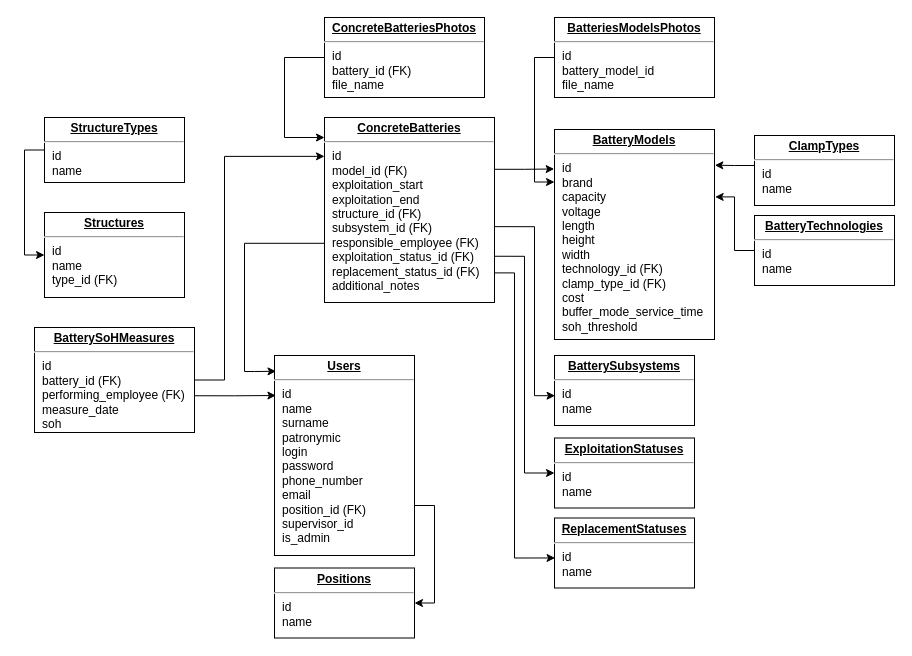
Before: Диаграмма без названия.drawio in wackyEvidence/BatteriesConditionTracker, a draw.io diagram. Source tidied: cells renumbered, new cells numbered last; positions are measured from the earlier drawing's top-left corner, leaving out a move shared by most shapes. Both pictures are drawn from the tidied source at 100%, with x=0, y=0 at pixel (34, 17).
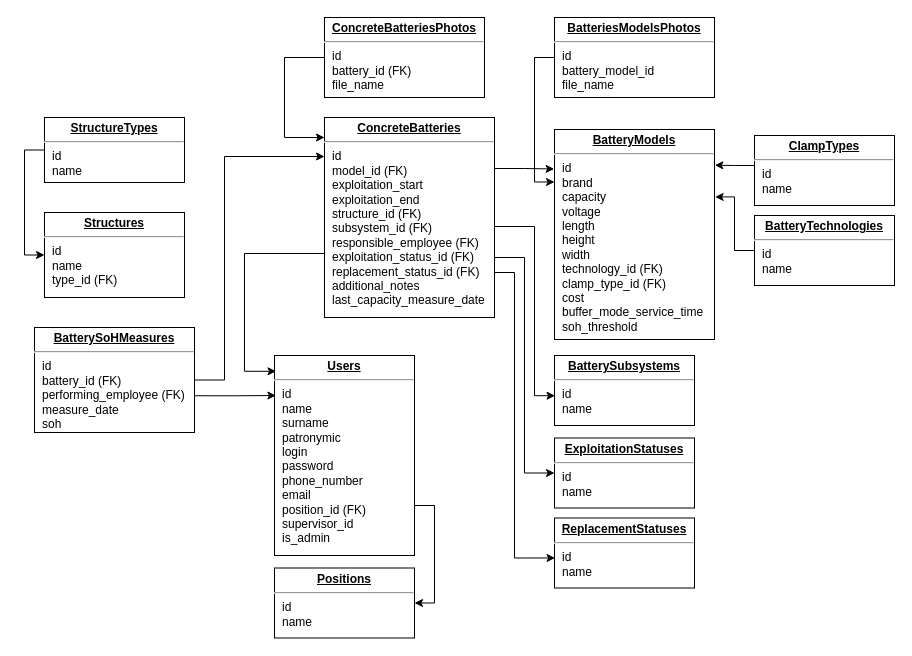
The same diagram, later.

Commit message (it also covers changes not shown here):
Обновление схемы БД.drawio

The change refers to these unchanged cells:
```xml
<mxCell id="3" value="&lt;p style=&quot;margin: 0px ; margin-top: 4px ; text-align: center ; text-decoration: underline&quot;&gt;&lt;b&gt;BatterySoHMeasures&lt;/b&gt;&lt;/p&gt;&lt;hr&gt;&lt;p style=&quot;margin: 0px ; margin-left: 8px&quot;&gt;id&lt;/p&gt;&lt;p style=&quot;margin: 0px ; margin-left: 8px&quot;&gt;battery_id (FK)&lt;br&gt;performing_employee (FK)&lt;/p&gt;&lt;p style=&quot;margin: 0px ; margin-left: 8px&quot;&gt;measure_date&amp;nbsp;&lt;/p&gt;&lt;p style=&quot;margin: 0px ; margin-left: 8px&quot;&gt;soh&lt;/p&gt;&lt;p style=&quot;margin: 0px ; margin-left: 8px&quot;&gt;&lt;br&gt;&lt;/p&gt;" style="verticalAlign=top;align=left;overflow=fill;fontSize=12;fontFamily=Helvetica;html=1;rounded=0;shadow=0;comic=0;labelBackgroundColor=none;strokeWidth=1;points=[[0,0,0,0,0],[0,0.25,0,0,0],[0,0.5,0,0,0],[0,0.75,0,0,0],[0,1,0,0,0],[0.25,0,0,0,0],[0.25,1,0,0,0],[0.5,0,0,0,0],[0.5,1,0,0,0],[0.75,0,0,0,0],[0.75,1,0,0,0],[1,0,0,0,0],[1,0.25,0,0,0],[1,0.5,0,0,0],[1,0.65,0,0,0],[1,1,0,0,0]];" parent="1" vertex="1">
  <mxGeometry y="310" width="160" height="105" as="geometry" />
</mxCell>
<mxCell id="7" value="&lt;p style=&quot;margin: 0px ; margin-top: 4px ; text-align: center ; text-decoration: underline&quot;&gt;&lt;b&gt;BatteryModels&lt;/b&gt;&lt;/p&gt;&lt;hr&gt;&lt;p style=&quot;margin: 0px ; margin-left: 8px&quot;&gt;id&lt;/p&gt;&lt;p style=&quot;margin: 0px ; margin-left: 8px&quot;&gt;brand&lt;/p&gt;&lt;p style=&quot;margin: 0px ; margin-left: 8px&quot;&gt;capacity&lt;/p&gt;&lt;p style=&quot;margin: 0px ; margin-left: 8px&quot;&gt;voltage&lt;/p&gt;&lt;p style=&quot;margin: 0px ; margin-left: 8px&quot;&gt;length&lt;/p&gt;&lt;p style=&quot;margin: 0px ; margin-left: 8px&quot;&gt;height&lt;/p&gt;&lt;p style=&quot;margin: 0px ; margin-left: 8px&quot;&gt;width&lt;/p&gt;&lt;p style=&quot;margin: 0px ; margin-left: 8px&quot;&gt;technology_id (FK)&lt;/p&gt;&lt;p style=&quot;margin: 0px ; margin-left: 8px&quot;&gt;clamp_type_id (FK)&lt;/p&gt;&lt;p style=&quot;margin: 0px ; margin-left: 8px&quot;&gt;cost&lt;/p&gt;&lt;p style=&quot;margin: 0px ; margin-left: 8px&quot;&gt;buffer_mode_service_time&lt;/p&gt;&lt;p style=&quot;margin: 0px ; margin-left: 8px&quot;&gt;soh_threshold&lt;/p&gt;" style="verticalAlign=top;align=left;overflow=fill;fontSize=12;fontFamily=Helvetica;html=1;rounded=0;shadow=0;comic=0;labelBackgroundColor=none;strokeWidth=1;" parent="1" vertex="1">
  <mxGeometry x="520" y="112" width="160" height="210" as="geometry" />
</mxCell>
<mxCell id="15" value="&lt;p style=&quot;margin: 0px ; margin-top: 4px ; text-align: center ; text-decoration: underline&quot;&gt;&lt;b&gt;Users&lt;/b&gt;&lt;/p&gt;&lt;hr&gt;&lt;p style=&quot;margin: 0px ; margin-left: 8px&quot;&gt;id&lt;br&gt;name&amp;nbsp;&lt;/p&gt;&lt;p style=&quot;margin: 0px ; margin-left: 8px&quot;&gt;surname&lt;/p&gt;&lt;p style=&quot;margin: 0px ; margin-left: 8px&quot;&gt;patronymic&lt;/p&gt;&lt;p style=&quot;margin: 0px ; margin-left: 8px&quot;&gt;login&lt;/p&gt;&lt;p style=&quot;margin: 0px ; margin-left: 8px&quot;&gt;password&lt;/p&gt;&lt;p style=&quot;margin: 0px ; margin-left: 8px&quot;&gt;phone_number&lt;/p&gt;&lt;p style=&quot;margin: 0px ; margin-left: 8px&quot;&gt;email&lt;/p&gt;&lt;p style=&quot;margin: 0px ; margin-left: 8px&quot;&gt;position_id (FK)&lt;/p&gt;&lt;p style=&quot;margin: 0px ; margin-left: 8px&quot;&gt;supervisor_id&lt;/p&gt;&lt;p style=&quot;margin: 0px ; margin-left: 8px&quot;&gt;is_admin&lt;/p&gt;" style="verticalAlign=top;align=left;overflow=fill;fontSize=12;fontFamily=Helvetica;html=1;rounded=0;shadow=0;comic=0;labelBackgroundColor=none;strokeWidth=1;" parent="1" vertex="1">
  <mxGeometry x="240" y="338" width="140" height="200" as="geometry" />
</mxCell>
<mxCell id="16" value="&lt;p style=&quot;margin: 0px ; margin-top: 4px ; text-align: center ; text-decoration: underline&quot;&gt;&lt;b&gt;ExploitationStatuses&lt;/b&gt;&lt;/p&gt;&lt;hr&gt;&lt;p style=&quot;margin: 0px ; margin-left: 8px&quot;&gt;id&lt;/p&gt;&lt;p style=&quot;margin: 0px ; margin-left: 8px&quot;&gt;name&lt;/p&gt;" style="verticalAlign=top;align=left;overflow=fill;fontSize=12;fontFamily=Helvetica;html=1;rounded=0;shadow=0;comic=0;labelBackgroundColor=none;strokeWidth=1;" parent="1" vertex="1">
  <mxGeometry x="520" y="420.5" width="140" height="70" as="geometry" />
</mxCell>
```

What changed in the source:
```diff
@@
     <mxCell id="11" style="edgeStyle=orthogonalEdgeStyle;rounded=0;jettySize=auto;html=1;exitX=0;exitY=0.68;exitDx=0;exitDy=0;exitPerimeter=0;entryX=0.011;entryY=0.079;entryDx=0;entryDy=0;entryPerimeter=0;" parent="1" edge="1" source="13" target="15">
       <mxGeometry relative="1" as="geometry">
         <Array as="points">
-          <mxPoint x="210" y="226" />
+          <mxPoint x="210" y="236" />
           <mxPoint x="210" y="354" />
-          <mxPoint x="220" y="354" />
         </Array>
       </mxGeometry>
     </mxCell>
     <mxCell id="12" style="edgeStyle=orthogonalEdgeStyle;rounded=0;jettySize=auto;html=1;exitX=1;exitY=0.75;exitDx=0;exitDy=0;exitPerimeter=0;entryX=0;entryY=0.5;entryDx=0;entryDy=0;" parent="1" edge="1" source="13" target="16">
-      <mxGeometry relative="1" as="geometry" />
+      <mxGeometry relative="1" as="geometry">
+        <Array as="points">
+          <mxPoint x="460" y="240" />
+          <mxPoint x="490" y="240" />
+          <mxPoint x="490" y="456" />
+        </Array>
+      </mxGeometry>
     </mxCell>
-    <mxCell id="13" value="&lt;p style=&quot;margin: 0px ; margin-top: 4px ; text-align: center ; text-decoration: underline&quot;&gt;&lt;b&gt;ConcreteBatteries&lt;/b&gt;&lt;/p&gt;&lt;hr&gt;&lt;p style=&quot;margin: 0px ; margin-left: 8px&quot;&gt;id&lt;/p&gt;&lt;p style=&quot;margin: 0px ; margin-left: 8px&quot;&gt;model_id (FK)&lt;/p&gt;&lt;p style=&quot;margin: 0px ; margin-left: 8px&quot;&gt;exploitation_start&lt;/p&gt;&lt;p style=&quot;margin: 0px ; margin-left: 8px&quot;&gt;exploitation_end&lt;/p&gt;&lt;p style=&quot;margin: 0px ; margin-left: 8px&quot;&gt;structure_id (FK)&lt;/p&gt;&lt;p style=&quot;margin: 0px ; margin-left: 8px&quot;&gt;subsystem_id (FK)&lt;/p&gt;&lt;p style=&quot;margin: 0px ; margin-left: 8px&quot;&gt;responsible_employee (FK)&lt;/p&gt;&lt;p style=&quot;margin: 0px ; margin-left: 8px&quot;&gt;exploitation_status_id (FK)&lt;/p&gt;&lt;p style=&quot;margin: 0px ; margin-left: 8px&quot;&gt;replacement_status_id (FK)&lt;/p&gt;&lt;p style=&quot;margin: 0px ; margin-left: 8px&quot;&gt;additional_notes&lt;/p&gt;" style="verticalAlign=top;align=left;overflow=fill;fontSize=12;fontFamily=Helvetica;html=1;rounded=0;shadow=0;comic=0;labelBackgroundColor=none;strokeWidth=1;points=[[0,0.21,0,0,0],[0,0.54,0,0,0],[0,0.68,0,0,0],[0,0.84,0,0,0],[0,1,0,0,0],[0.25,1,0,0,0],[0.5,1,0,0,0],[0.75,1,0,0,0],[1,0,0,0,0],[1,0.19,0,0,0],[1,0.28,0,0,0],[1,0.51,0,0,0],[1,0.59,0,0,0],[1,0.75,0,0,0],[1,0.84,0,0,0],[1,1,0,0,0]];" parent="1" vertex="1">
-      <mxGeometry x="290" y="100" width="170" height="185" as="geometry" />
+    <mxCell id="13" value="&lt;p style=&quot;margin: 0px ; margin-top: 4px ; text-align: center ; text-decoration: underline&quot;&gt;&lt;b&gt;ConcreteBatteries&lt;/b&gt;&lt;/p&gt;&lt;hr&gt;&lt;p style=&quot;margin: 0px ; margin-left: 8px&quot;&gt;id&lt;/p&gt;&lt;p style=&quot;margin: 0px ; margin-left: 8px&quot;&gt;model_id (FK)&lt;/p&gt;&lt;p style=&quot;margin: 0px ; margin-left: 8px&quot;&gt;exploitation_start&lt;/p&gt;&lt;p style=&quot;margin: 0px ; margin-left: 8px&quot;&gt;exploitation_end&lt;/p&gt;&lt;p style=&quot;margin: 0px ; margin-left: 8px&quot;&gt;structure_id (FK)&lt;/p&gt;&lt;p style=&quot;margin: 0px ; margin-left: 8px&quot;&gt;subsystem_id (FK)&lt;/p&gt;&lt;p style=&quot;margin: 0px ; margin-left: 8px&quot;&gt;responsible_employee (FK)&lt;/p&gt;&lt;p style=&quot;margin: 0px ; margin-left: 8px&quot;&gt;exploitation_status_id (FK)&lt;/p&gt;&lt;p style=&quot;margin: 0px ; margin-left: 8px&quot;&gt;replacement_status_id (FK)&lt;/p&gt;&lt;p style=&quot;margin: 0px ; margin-left: 8px&quot;&gt;additional_notes&lt;br&gt;last_capacity_measure_date&lt;/p&gt;" style="verticalAlign=top;align=left;overflow=fill;fontSize=12;fontFamily=Helvetica;html=1;rounded=0;shadow=0;comic=0;labelBackgroundColor=none;strokeWidth=1;points=[[0,0.21,0,0,0],[0,0.54,0,0,0],[0,0.68,0,0,0],[0,0.84,0,0,0],[0,1,0,0,0],[0.25,1,0,0,0],[0.5,1,0,0,0],[0.75,1,0,0,0],[1,0,0,0,0],[1,0.19,0,0,0],[1,0.28,0,0,0],[1,0.51,0,0,0],[1,0.59,0,0,0],[1,0.75,0,0,0],[1,0.84,0,0,0],[1,1,0,0,0]];" parent="1" vertex="1">
+      <mxGeometry x="290" y="100" width="170" height="200" as="geometry" />
     </mxCell>
@@
-    <mxCell id="24" style="edgeStyle=orthogonalEdgeStyle;rounded=0;jettySize=auto;html=1;exitX=1;exitY=0.5;exitDx=0;exitDy=0;entryX=0;entryY=0.21;entryDx=0;entryDy=0;entryPerimeter=0;" parent="1" edge="1" source="3" target="13">
+    <mxCell id="24" style="edgeStyle=orthogonalEdgeStyle;rounded=0;jettySize=auto;html=1;exitX=1;exitY=0.5;exitDx=0;exitDy=0;" parent="1" edge="1" source="3" target="13">
       <mxGeometry relative="1" as="geometry">
         <Array as="points">
-          <mxPoint x="190" y="363" />
+          <mxPoint x="190" y="362" />
           <mxPoint x="190" y="139" />
         </Array>
       </mxGeometry>
     </mxCell>
@@
     <mxCell id="26" style="edgeStyle=orthogonalEdgeStyle;rounded=0;jettySize=auto;html=1;exitX=1;exitY=0.28;exitDx=0;exitDy=0;exitPerimeter=0;entryX=-0.002;entryY=0.188;entryDx=0;entryDy=0;entryPerimeter=0;" parent="1" edge="1" source="13" target="7">
-      <mxGeometry relative="1" as="geometry" />
+      <mxGeometry relative="1" as="geometry">
+        <Array as="points">
+          <mxPoint x="460" y="151" />
+          <mxPoint x="490" y="151" />
+        </Array>
+      </mxGeometry>
     </mxCell>
```
